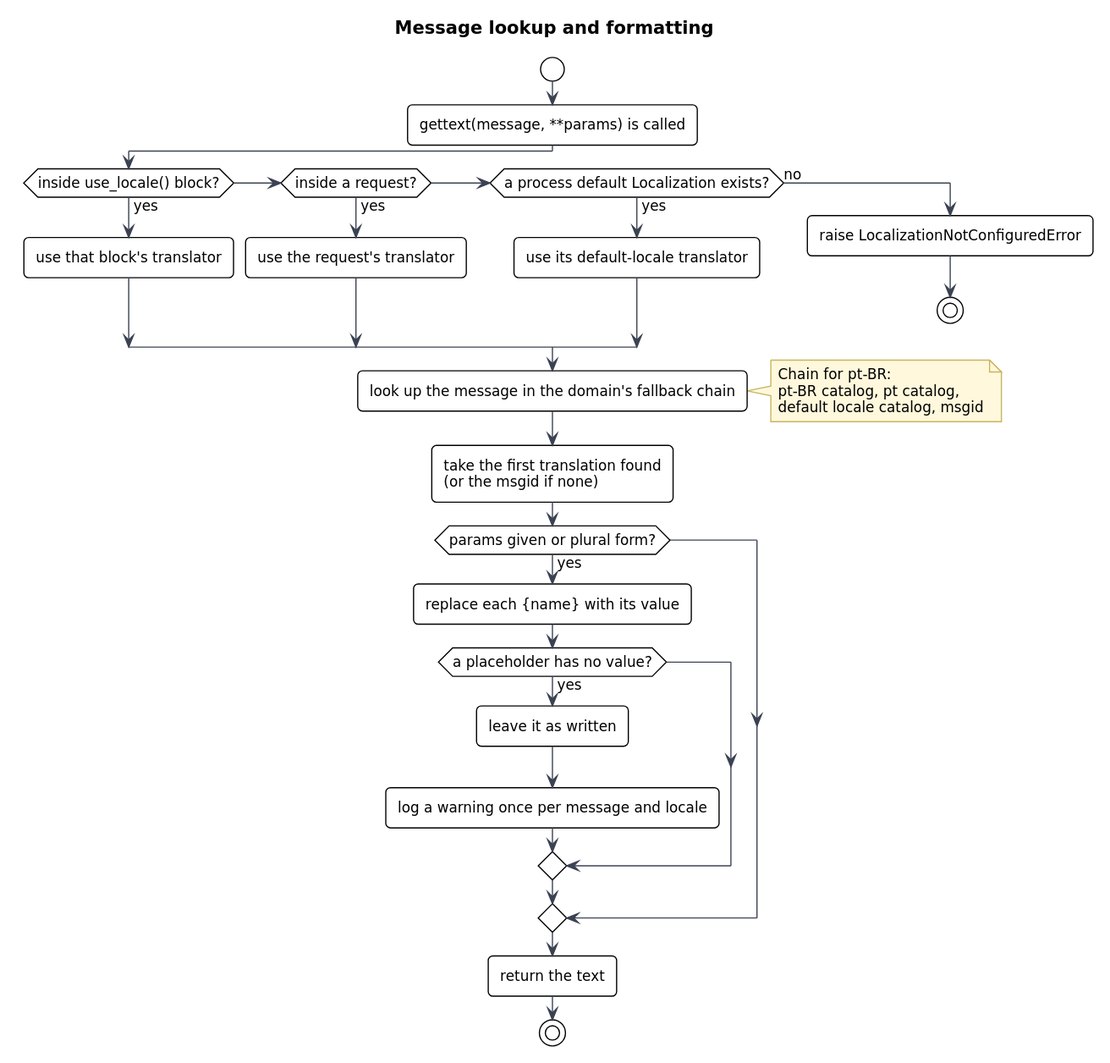
fastapi-extensions/fastapi-locale keeps this PlantUML diagram as docs/diagrams/activity-message-lookup.svg. Above is the earlier version. Its source is kept beside it as docs/diagrams/activity-message-lookup.puml.
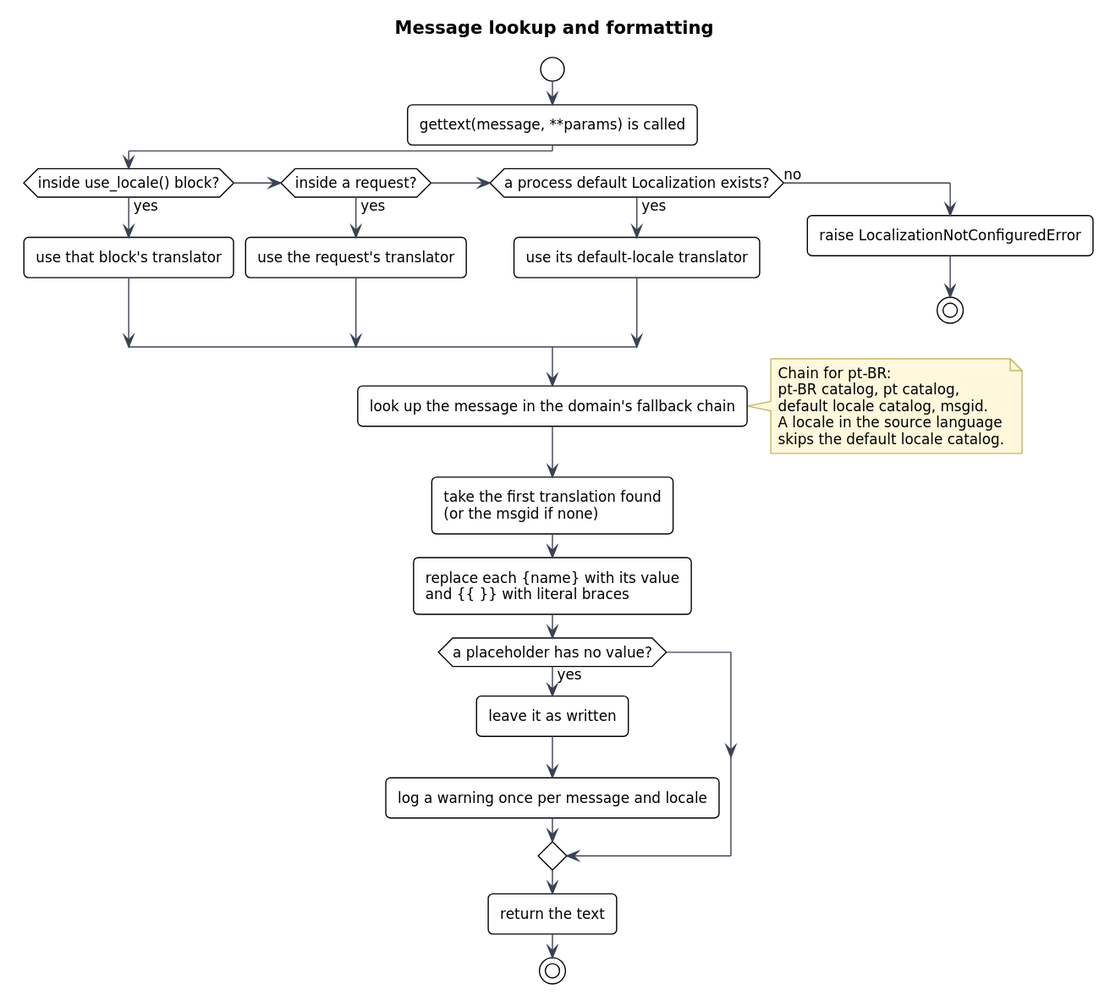
Later version of the same file.

The edit, as a diff of the source:
```diff
@@ -18,15 +18,15 @@
 note right
   Chain for pt-BR:
   pt-BR catalog, pt catalog,
-  default locale catalog, msgid
+  default locale catalog, msgid.
+  A locale in the source language
+  skips the default locale catalog.
 end note
 :take the first translation found\n(or the msgid if none);
-if (params given or plural form?) then (yes)
-  :replace each {name} with its value;
-  if (a placeholder has no value?) then (yes)
-    :leave it as written;
-    :log a warning once per message and locale;
-  endif
+:replace each {name} with its value\nand {{ }} with literal braces;
+if (a placeholder has no value?) then (yes)
+  :leave it as written;
+  :log a warning once per message and locale;
 endif
 :return the text;
 stop
```
